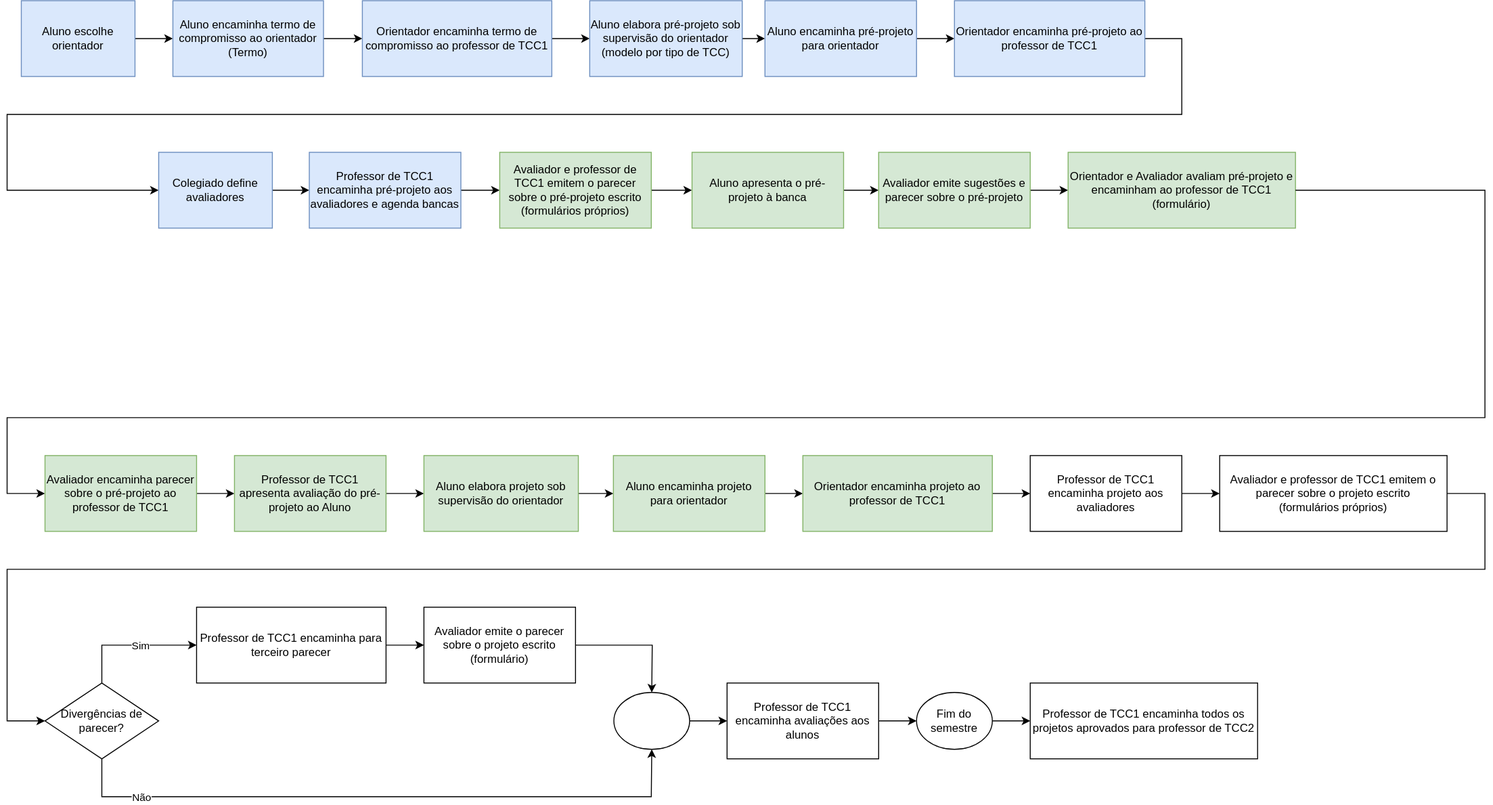
This is _BCC/Cronogramas/cronogramaFluxograma.drawio.svg from dalton-reis/disciplina_TCC1_Privado, a draw.io export, as it was before one commit. Source tidied: cells renumbered, new cells last; positions are measured from the earlier drawing's top-left corner, leaving out a move shared by most shapes.
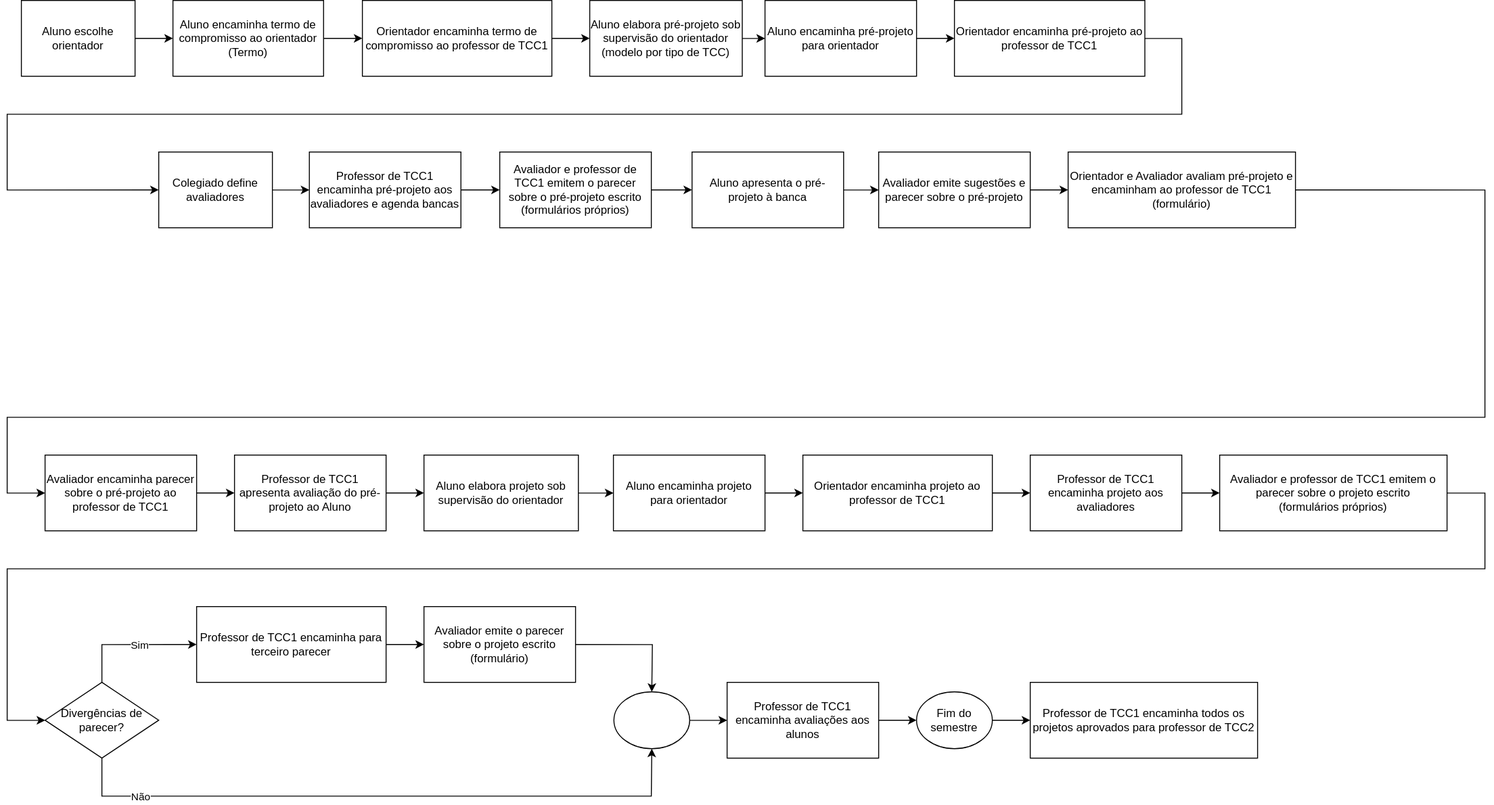
The same file after the commit.

Change to the diagram source:
```diff
@@ -5,31 +5,31 @@
     <mxCell id="2" style="edgeStyle=orthogonalEdgeStyle;rounded=0;jettySize=auto;html=1;fontColor=#000000;" parent="1" edge="1" source="3" target="5">
       <mxGeometry relative="1" as="geometry" />
     </mxCell>
-    <mxCell id="3" value="Aluno escolhe orientador" style="whiteSpace=wrap;html=1;fillColor=#dae8fc;strokeColor=#6c8ebf;" parent="1" vertex="1">
+    <mxCell id="3" value="Aluno escolhe orientador" style="whiteSpace=wrap;html=1;" parent="1" vertex="1">
       <mxGeometry x="15" width="120" height="80" as="geometry" />
     </mxCell>
     <mxCell id="4" style="edgeStyle=orthogonalEdgeStyle;rounded=0;jettySize=auto;html=1;fontColor=#000000;" parent="1" edge="1" source="5" target="7">
       <mxGeometry relative="1" as="geometry" />
     </mxCell>
-    <mxCell id="5" value="Aluno encaminha termo de compromisso ao orientador&lt;br&gt;(Termo)" style="whiteSpace=wrap;html=1;fillColor=#dae8fc;strokeColor=#6c8ebf;" parent="1" vertex="1">
+    <mxCell id="5" value="Aluno encaminha termo de compromisso ao orientador&lt;br&gt;(Termo)" style="whiteSpace=wrap;html=1;" parent="1" vertex="1">
       <mxGeometry x="175" width="159" height="80" as="geometry" />
     </mxCell>
     <mxCell id="6" style="edgeStyle=orthogonalEdgeStyle;rounded=0;jettySize=auto;html=1;fontColor=#000000;" parent="1" edge="1" source="7" target="9">
       <mxGeometry relative="1" as="geometry" />
     </mxCell>
-    <mxCell id="7" value="Orientador encaminha termo de compromisso ao professor de TCC1" style="whiteSpace=wrap;html=1;fillColor=#dae8fc;strokeColor=#6c8ebf;" parent="1" vertex="1">
+    <mxCell id="7" value="Orientador encaminha termo de compromisso ao professor de TCC1" style="whiteSpace=wrap;html=1;" parent="1" vertex="1">
       <mxGeometry x="375" width="200" height="80" as="geometry" />
     </mxCell>
     <mxCell id="8" style="edgeStyle=orthogonalEdgeStyle;rounded=0;jettySize=auto;html=1;fontColor=#000000;" parent="1" edge="1" source="9" target="11">
       <mxGeometry relative="1" as="geometry" />
     </mxCell>
-    <mxCell id="9" value="Aluno elabora pré-projeto sob supervisão do orientador&lt;br&gt;(modelo por tipo de TCC)" style="whiteSpace=wrap;html=1;fillColor=#dae8fc;strokeColor=#6c8ebf;" parent="1" vertex="1">
+    <mxCell id="9" value="Aluno elabora pré-projeto sob supervisão do orientador&lt;br&gt;(modelo por tipo de TCC)" style="whiteSpace=wrap;html=1;" parent="1" vertex="1">
       <mxGeometry x="615" width="161" height="80" as="geometry" />
     </mxCell>
     <mxCell id="10" style="edgeStyle=orthogonalEdgeStyle;rounded=0;jettySize=auto;html=1;fontColor=#000000;" parent="1" edge="1" source="11" target="13">
       <mxGeometry relative="1" as="geometry" />
     </mxCell>
-    <mxCell id="11" value="Aluno encaminha pré-projeto para orientador" style="whiteSpace=wrap;html=1;fillColor=#dae8fc;strokeColor=#6c8ebf;" parent="1" vertex="1">
+    <mxCell id="11" value="Aluno encaminha pré-projeto para orientador" style="whiteSpace=wrap;html=1;" parent="1" vertex="1">
       <mxGeometry x="800" width="160" height="80" as="geometry" />
     </mxCell>
     <mxCell id="12" style="edgeStyle=orthogonalEdgeStyle;rounded=0;jettySize=auto;html=1;fontColor=#000000;entryX=0;entryY=0.5;entryDx=0;entryDy=0;" parent="1" edge="1" source="13" target="15">
@@ -42,13 +42,13 @@
         </Array>
       </mxGeometry>
     </mxCell>
-    <mxCell id="13" value="Orientador encaminha pré-projeto ao professor de TCC1" style="whiteSpace=wrap;html=1;fillColor=#dae8fc;strokeColor=#6c8ebf;" parent="1" vertex="1">
+    <mxCell id="13" value="Orientador encaminha pré-projeto ao professor de TCC1" style="whiteSpace=wrap;html=1;" parent="1" vertex="1">
       <mxGeometry x="1000" width="201" height="80" as="geometry" />
     </mxCell>
     <mxCell id="14" style="edgeStyle=orthogonalEdgeStyle;rounded=0;jettySize=auto;html=1;fontColor=#000000;" parent="1" edge="1" source="15" target="18">
       <mxGeometry relative="1" as="geometry" />
     </mxCell>
-    <mxCell id="15" value="Colegiado define avaliadores" style="whiteSpace=wrap;html=1;fillColor=#dae8fc;strokeColor=#6c8ebf;" parent="1" vertex="1">
+    <mxCell id="15" value="Colegiado define avaliadores" style="whiteSpace=wrap;html=1;" parent="1" vertex="1">
       <mxGeometry x="160" y="160" width="120" height="80" as="geometry" />
     </mxCell>
     <mxCell id="16" style="edgeStyle=orthogonalEdgeStyle;rounded=0;jettySize=auto;html=1;exitX=1;exitY=0.5;exitDx=0;exitDy=0;fontColor=#000000;" parent="1" edge="1" source="27" target="20">
@@ -57,22 +57,22 @@
     <mxCell id="17" style="edgeStyle=orthogonalEdgeStyle;rounded=0;jettySize=auto;html=1;fontColor=#000000;" parent="1" edge="1" source="18" target="27">
       <mxGeometry relative="1" as="geometry" />
     </mxCell>
-    <mxCell id="18" value="Professor de TCC1 encaminha pré-projeto aos avaliadores e agenda bancas" style="whiteSpace=wrap;html=1;fillColor=#dae8fc;strokeColor=#6c8ebf;" parent="1" vertex="1">
+    <mxCell id="18" value="Professor de TCC1 encaminha pré-projeto aos avaliadores e agenda bancas" style="whiteSpace=wrap;html=1;" parent="1" vertex="1">
       <mxGeometry x="319" y="160" width="160" height="80" as="geometry" />
     </mxCell>
     <mxCell id="19" style="edgeStyle=orthogonalEdgeStyle;rounded=0;jettySize=auto;html=1;fontColor=#000000;" parent="1" edge="1" source="20" target="22">
       <mxGeometry relative="1" as="geometry" />
     </mxCell>
-    <mxCell id="20" value="Aluno apresenta o pré-projeto à banca" style="whiteSpace=wrap;html=1;fillColor=#d5e8d4;strokeColor=#82b366;" parent="1" vertex="1">
+    <mxCell id="20" value="Aluno apresenta o pré-projeto à banca" style="whiteSpace=wrap;html=1;" parent="1" vertex="1">
       <mxGeometry x="723" y="160" width="160" height="80" as="geometry" />
     </mxCell>
     <mxCell id="21" style="edgeStyle=orthogonalEdgeStyle;rounded=0;jettySize=auto;html=1;fontColor=#000000;" parent="1" edge="1" source="22" target="23">
       <mxGeometry relative="1" as="geometry" />
     </mxCell>
-    <mxCell id="22" value="Avaliador emite sugestões e parecer sobre o pré-projeto" style="whiteSpace=wrap;html=1;fillColor=#d5e8d4;strokeColor=#82b366;" parent="1" vertex="1">
+    <mxCell id="22" value="Avaliador emite sugestões e parecer sobre o pré-projeto" style="whiteSpace=wrap;html=1;" parent="1" vertex="1">
       <mxGeometry x="920" y="160" width="160" height="80" as="geometry" />
     </mxCell>
-    <mxCell id="23" value="Orientador e Avaliador avaliam pré-projeto e encaminham ao professor de TCC1&lt;br&gt;(formulário)" style="whiteSpace=wrap;html=1;fillColor=#d5e8d4;strokeColor=#82b366;" parent="1" vertex="1">
+    <mxCell id="23" value="Orientador e Avaliador avaliam pré-projeto e encaminham ao professor de TCC1&lt;br&gt;(formulário)" style="whiteSpace=wrap;html=1;" parent="1" vertex="1">
       <mxGeometry x="1120" y="160" width="240" height="80" as="geometry" />
     </mxCell>
     <mxCell id="24" style="edgeStyle=orthogonalEdgeStyle;rounded=0;jettySize=auto;html=1;fontColor=#000000;exitX=1;exitY=0.5;exitDx=0;exitDy=0;" parent="1" edge="1" source="23" target="26">
@@ -88,34 +88,34 @@
     <mxCell id="25" style="edgeStyle=orthogonalEdgeStyle;rounded=0;jettySize=auto;html=1;fontColor=#000000;" parent="1" edge="1" source="26" target="29">
       <mxGeometry relative="1" as="geometry" />
     </mxCell>
-    <mxCell id="26" value="Avaliador encaminha parecer sobre o pré-projeto ao professor de TCC1" style="whiteSpace=wrap;html=1;fillColor=#d5e8d4;strokeColor=#82b366;" parent="1" vertex="1">
+    <mxCell id="26" value="Avaliador encaminha parecer sobre o pré-projeto ao professor de TCC1" style="whiteSpace=wrap;html=1;" parent="1" vertex="1">
       <mxGeometry x="40" y="480" width="160" height="80" as="geometry" />
     </mxCell>
-    <mxCell id="27" value="Avaliador e professor de TCC1 emitem o parecer sobre o pré-projeto escrito&lt;br&gt;(formulários próprios)" style="whiteSpace=wrap;html=1;fillColor=#d5e8d4;strokeColor=#82b366;" parent="1" vertex="1">
+    <mxCell id="27" value="Avaliador e professor de TCC1 emitem o parecer sobre o pré-projeto escrito&lt;br&gt;(formulários próprios)" style="whiteSpace=wrap;html=1;" parent="1" vertex="1">
       <mxGeometry x="520" y="160" width="160" height="80" as="geometry" />
     </mxCell>
     <mxCell id="28" style="edgeStyle=orthogonalEdgeStyle;rounded=0;jettySize=auto;html=1;fontColor=#000000;" parent="1" edge="1" source="29" target="31">
       <mxGeometry relative="1" as="geometry" />
     </mxCell>
-    <mxCell id="29" value="Professor de TCC1 apresenta avaliação do pré-projeto ao Aluno" style="whiteSpace=wrap;html=1;fillColor=#d5e8d4;strokeColor=#82b366;" parent="1" vertex="1">
+    <mxCell id="29" value="Professor de TCC1 apresenta avaliação do pré-projeto ao Aluno" style="whiteSpace=wrap;html=1;" parent="1" vertex="1">
       <mxGeometry x="240" y="480" width="160" height="80" as="geometry" />
     </mxCell>
     <mxCell id="30" style="edgeStyle=orthogonalEdgeStyle;rounded=0;jettySize=auto;html=1;fontColor=#000000;" parent="1" edge="1" source="31" target="33">
       <mxGeometry relative="1" as="geometry" />
     </mxCell>
-    <mxCell id="31" value="Aluno elabora projeto sob supervisão do orientador" style="whiteSpace=wrap;html=1;fillColor=#d5e8d4;strokeColor=#82b366;" parent="1" vertex="1">
+    <mxCell id="31" value="Aluno elabora projeto sob supervisão do orientador" style="whiteSpace=wrap;html=1;" parent="1" vertex="1">
       <mxGeometry x="440" y="480" width="163" height="80" as="geometry" />
     </mxCell>
     <mxCell id="32" style="edgeStyle=orthogonalEdgeStyle;rounded=0;jettySize=auto;html=1;fontColor=#000000;" parent="1" edge="1" source="33" target="35">
       <mxGeometry relative="1" as="geometry" />
     </mxCell>
-    <mxCell id="33" value="Aluno encaminha projeto para orientador" style="whiteSpace=wrap;html=1;fillColor=#d5e8d4;strokeColor=#82b366;" parent="1" vertex="1">
+    <mxCell id="33" value="Aluno encaminha projeto para orientador" style="whiteSpace=wrap;html=1;" parent="1" vertex="1">
       <mxGeometry x="640" y="480" width="160" height="80" as="geometry" />
     </mxCell>
     <mxCell id="34" style="edgeStyle=orthogonalEdgeStyle;rounded=0;jettySize=auto;html=1;fontColor=#000000;" parent="1" edge="1" source="35" target="37">
       <mxGeometry relative="1" as="geometry" />
     </mxCell>
-    <mxCell id="35" value="Orientador encaminha projeto ao professor de TCC1" style="whiteSpace=wrap;html=1;fillColor=#d5e8d4;strokeColor=#82b366;" parent="1" vertex="1">
+    <mxCell id="35" value="Orientador encaminha projeto ao professor de TCC1" style="whiteSpace=wrap;html=1;" parent="1" vertex="1">
       <mxGeometry x="840" y="480" width="200" height="80" as="geometry" />
     </mxCell>
     <mxCell id="36" style="edgeStyle=orthogonalEdgeStyle;rounded=0;jettySize=auto;html=1;fontColor=#000000;" parent="1" edge="1" source="37" target="39">
```
